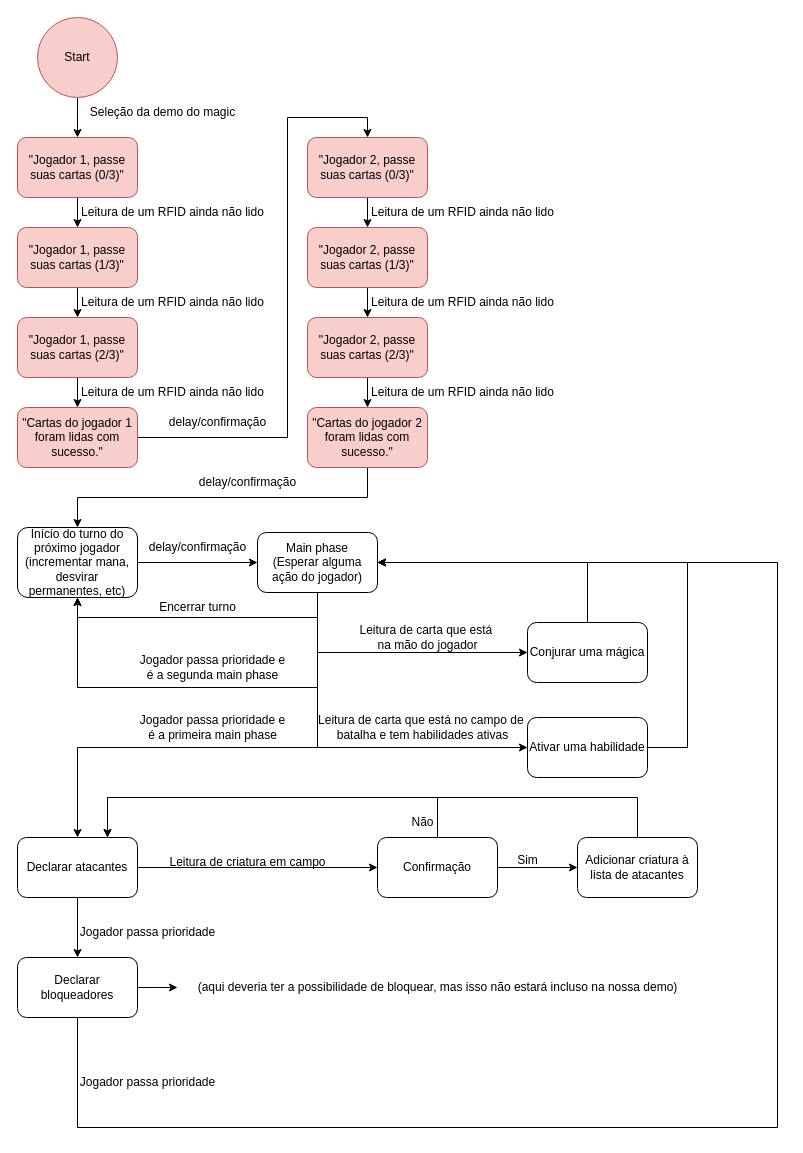
Above: documentos/Magic_States.drawio in TochaFh/Projeto-UX-Men (draw.io), before the change. Source tidied: cells renumbered, new cells numbered last; positions are measured from the earlier drawing's top-left corner, leaving out a move shared by most shapes. Both pictures are drawn from the tidied source at 100%, with x=0, y=0 at pixel (17, 17).
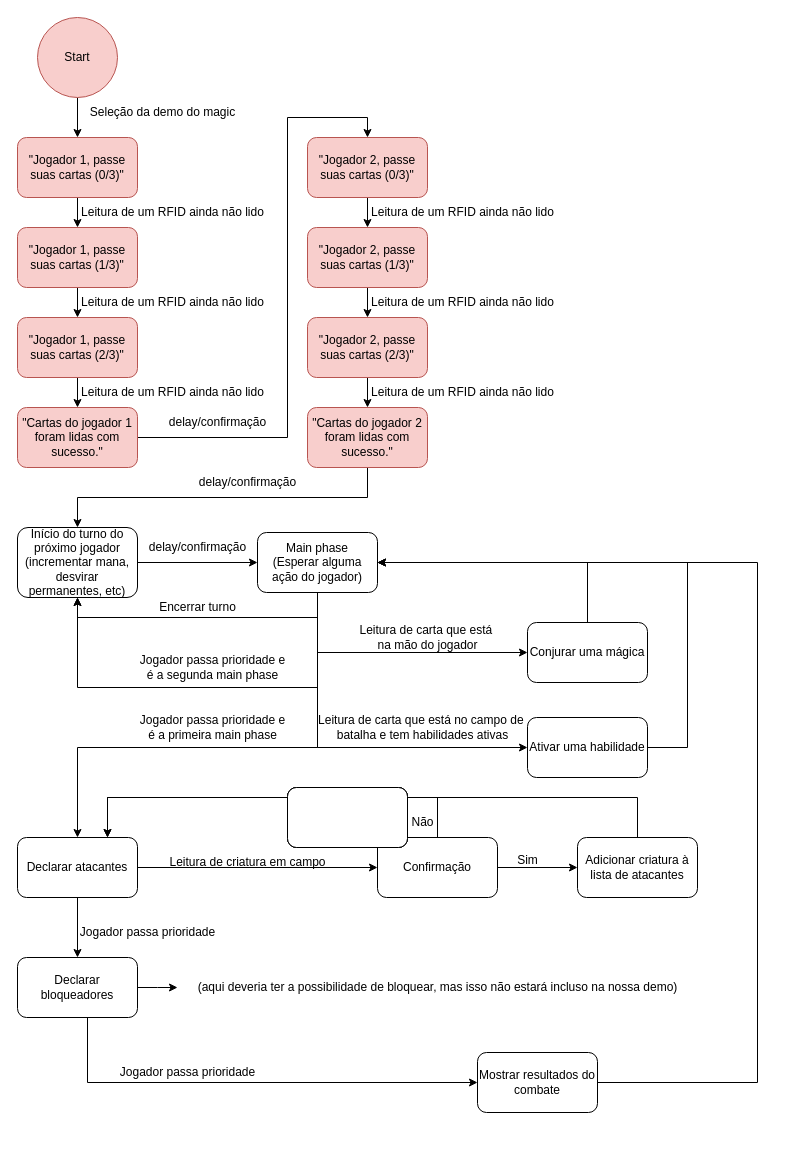
The same diagram, later.

Commit message (it also covers changes not shown here):
Script do magic em desenvolvimento

The change refers to these unchanged cells:
```xml
<mxCell id="36" value="Main phase&lt;br&gt;(Esperar alguma ação do jogador)" style="rounded=1;whiteSpace=wrap;html=1;" parent="1" vertex="1">
  <mxGeometry x="240" y="515" width="120" height="60" as="geometry" />
</mxCell>
<mxCell id="51" value="Declarar bloqueadores" style="rounded=1;whiteSpace=wrap;html=1;" parent="1" vertex="1">
  <mxGeometry y="940" width="120" height="60" as="geometry" />
</mxCell>
```

Change to the diagram source:
```diff
@@
-    <mxCell id="49" style="edgeStyle=orthogonalEdgeStyle;rounded=0;jettySize=auto;html=1;entryX=1;entryY=0.5;entryDx=0;entryDy=0;" parent="1" edge="1" source="51" target="36">
-      <mxGeometry relative="1" as="geometry">
-        <Array as="points">
-          <mxPoint x="60" y="1110" />
-          <mxPoint x="760" y="1110" />
-          <mxPoint x="760" y="545" />
-        </Array>
-      </mxGeometry>
-    </mxCell>
@@
+    <mxCell id="64" style="edgeStyle=orthogonalEdgeStyle;rounded=0;jettySize=auto;html=1;entryX=0;entryY=0.5;entryDx=0;entryDy=0;" parent="1" edge="1" source="51" target="69">
+      <mxGeometry relative="1" as="geometry">
+        <Array as="points">
+          <mxPoint x="70" y="1065" />
+        </Array>
+      </mxGeometry>
+    </mxCell>
@@
     <mxCell id="62" value="Jogador passa prioridade" style="text;html=1;align=center;verticalAlign=middle;strokeColor=none;fillColor=none;" parent="1" vertex="1">
-      <mxGeometry x="50" y="1050" width="160" height="30" as="geometry" />
+      <mxGeometry x="90" y="1040" width="160" height="30" as="geometry" />
     </mxCell>
@@
+    <mxCell id="65" style="rounded=1;whiteSpace=wrap;html=1;" parent="1" vertex="1">
+      <mxGeometry x="270" y="770" width="120" height="60" as="geometry" />
+    </mxCell>
+    <mxCell id="66" style="rounded=1;whiteSpace=wrap;html=1;" parent="1" vertex="1">
+      <mxGeometry x="270" y="770" width="120" height="60" as="geometry" />
+    </mxCell>
+    <mxCell id="67" style="rounded=1;whiteSpace=wrap;html=1;" parent="1" vertex="1">
+      <mxGeometry x="270" y="770" width="120" height="60" as="geometry" />
+    </mxCell>
+    <mxCell id="68" style="edgeStyle=orthogonalEdgeStyle;rounded=0;jettySize=auto;html=1;entryX=1;entryY=0.5;entryDx=0;entryDy=0;" parent="1" edge="1" source="69" target="36">
+      <mxGeometry relative="1" as="geometry">
+        <Array as="points">
+          <mxPoint x="740" y="1065" />
+          <mxPoint x="740" y="545" />
+        </Array>
+      </mxGeometry>
+    </mxCell>
+    <mxCell id="69" value="Mostrar resultados do combate" style="rounded=1;whiteSpace=wrap;html=1;" parent="1" vertex="1">
+      <mxGeometry x="460" y="1035" width="120" height="60" as="geometry" />
+    </mxCell>
```
